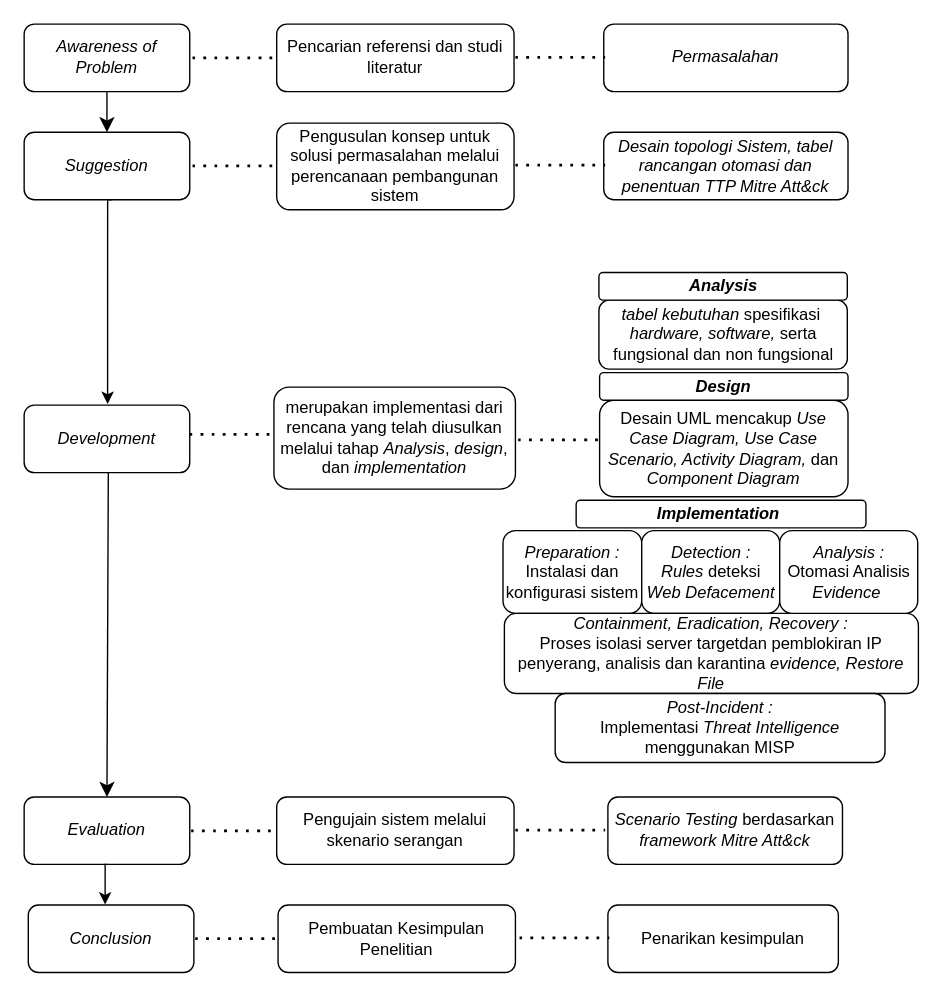
DzidanIsh/Tugas-Akhir keeps this draw.io diagram as page "Halaman-2" (2 of 4) of Diagram Tanpa Judul.drawio. Above is the earlier version. Source tidied: cells renumbered, new cells numbered last; positions are measured from the earlier drawing's top-left corner, leaving out a move shared by most shapes. Both pictures are drawn from the tidied source at 138%, with x=0, y=0 at pixel (23, 23).
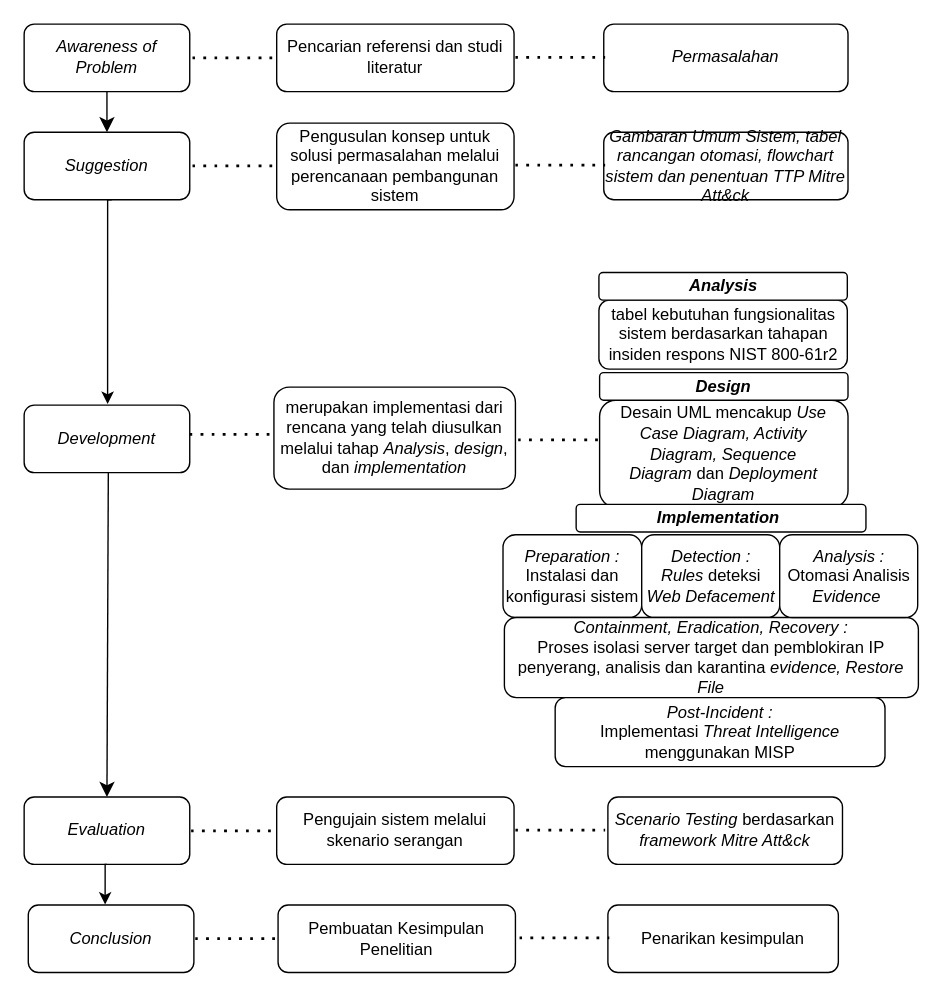
After the change.

What changed in the source:
```diff
@@
-    <mxCell id="21" value="&lt;i&gt;Desain topologi Sistem, tabel rancangan otomasi dan penentuan TTP Mitre Att&amp;amp;ck&lt;/i&gt;" style="rounded=1;whiteSpace=wrap;html=1;" parent="1" vertex="1">
+    <mxCell id="21" value="&lt;i&gt;Gambaran Umum Sistem, tabel rancangan otomasi, flowchart sistem dan penentuan TTP Mitre Att&amp;amp;ck&lt;/i&gt;" style="rounded=1;whiteSpace=wrap;html=1;" parent="1" vertex="1">
       <mxGeometry x="420" y="78.3" width="177" height="48.9" as="geometry" />
     </mxCell>
-    <mxCell id="22" value="&lt;div&gt;&lt;i style=&quot;background-color: transparent; color: light-dark(rgb(0, 0, 0), rgb(255, 255, 255));&quot;&gt;tabel kebutuhan &lt;/i&gt;&lt;span style=&quot;background-color: transparent; color: light-dark(rgb(0, 0, 0), rgb(255, 255, 255));&quot;&gt;spesifikasi&amp;nbsp;&lt;/span&gt;&lt;/div&gt;&lt;div&gt;&lt;font style=&quot;font-size: 12px;&quot;&gt;&lt;i style=&quot;background-color: transparent; color: light-dark(rgb(0, 0, 0), rgb(255, 255, 255));&quot;&gt;hardware,&lt;/i&gt;&lt;span style=&quot;background-color: transparent; color: light-dark(rgb(0, 0, 0), rgb(255, 255, 255));&quot;&gt;&amp;nbsp;&lt;/span&gt;&lt;i style=&quot;background-color: transparent; color: light-dark(rgb(0, 0, 0), rgb(255, 255, 255));&quot;&gt;software, &lt;/i&gt;&lt;span style=&quot;background-color: transparent; color: light-dark(rgb(0, 0, 0), rgb(255, 255, 255));&quot;&gt;serta&lt;/span&gt;&lt;i style=&quot;background-color: transparent; color: light-dark(rgb(0, 0, 0), rgb(255, 255, 255));&quot;&gt; &lt;/i&gt;&lt;span style=&quot;background-color: transparent; color: light-dark(rgb(0, 0, 0), rgb(255, 255, 255));&quot;&gt;fungsional dan non fungsional&lt;/span&gt;&lt;/font&gt;&lt;i style=&quot;background-color: transparent; color: light-dark(rgb(0, 0, 0), rgb(255, 255, 255));&quot;&gt;&lt;br&gt;&lt;/i&gt;&lt;/div&gt;" style="rounded=1;whiteSpace=wrap;html=1;" parent="1" vertex="1">
+    <mxCell id="22" value="&lt;div&gt;&lt;span style=&quot;background-color: transparent; color: light-dark(rgb(0, 0, 0), rgb(255, 255, 255));&quot;&gt;tabel kebutuhan fungsionalitas sistem berdasarkan tahapan insiden respons NIST 800-61r2&lt;/span&gt;&lt;/div&gt;" style="rounded=1;whiteSpace=wrap;html=1;" parent="1" vertex="1">
       <mxGeometry x="416.5" y="200" width="180" height="50" as="geometry" />
     </mxCell>
@@
-    <mxCell id="30" value="&lt;div&gt;&lt;font style=&quot;font-size: 12px;&quot;&gt;&lt;span style=&quot;line-height: 115%;&quot;&gt;Desain UML mencakup &lt;i style=&quot;&quot;&gt;Use Case Diagram, Use Case Scenario, Activity Diagram,&lt;/i&gt; dan &lt;i style=&quot;&quot;&gt;Component Diagram&lt;/i&gt;&lt;/span&gt;&lt;/font&gt;&lt;i style=&quot;background-color: transparent; color: light-dark(rgb(0, 0, 0), rgb(255, 255, 255));&quot;&gt;&lt;b&gt;&lt;br&gt;&lt;/b&gt;&lt;/i&gt;&lt;/div&gt;" style="rounded=1;whiteSpace=wrap;html=1;" parent="1" vertex="1">
-      <mxGeometry x="417" y="272.5" width="180" height="70" as="geometry" />
+    <mxCell id="30" value="&lt;div&gt;&lt;font style=&quot;font-size: 12px;&quot;&gt;&lt;span style=&quot;line-height: 115%;&quot;&gt;Desain UML mencakup &lt;i style=&quot;&quot;&gt;Use Case Diagram, Activity Diagram&lt;/i&gt;&lt;/span&gt;&lt;/font&gt;&lt;i style=&quot;background-color: transparent; color: light-dark(rgb(0, 0, 0), rgb(255, 255, 255));&quot;&gt;,&amp;nbsp;&lt;/i&gt;&lt;i style=&quot;background-color: transparent; color: light-dark(rgb(0, 0, 0), rgb(255, 255, 255));&quot;&gt;Sequence Diagram&amp;nbsp;&lt;/i&gt;&lt;span style=&quot;background-color: transparent; color: light-dark(rgb(0, 0, 0), rgb(255, 255, 255));&quot;&gt;dan &lt;/span&gt;&lt;i style=&quot;background-color: transparent; color: light-dark(rgb(0, 0, 0), rgb(255, 255, 255));&quot;&gt;Deployment Diagram&lt;/i&gt;&lt;/div&gt;" style="rounded=1;whiteSpace=wrap;html=1;" parent="1" vertex="1">
+      <mxGeometry x="417" y="272.5" width="180" height="77.5" as="geometry" />
     </mxCell>
@@
     <mxCell id="32" style="group;" parent="1" vertex="1">
-      <mxGeometry x="367" y="345" width="280.5" height="190" as="geometry" />
+      <mxGeometry x="367" y="348" width="280.5" height="190" as="geometry" />
     </mxCell>
@@
-    <mxCell id="36" value="&lt;div&gt;&lt;span style=&quot;background-color: transparent;&quot;&gt;&lt;i style=&quot;&quot;&gt;Containment, Eradication, Recovery&lt;/i&gt;&lt;/span&gt;&lt;span style=&quot;background-color: transparent;&quot;&gt;&lt;i&gt;&amp;nbsp;&lt;/i&gt;&lt;/span&gt;&lt;i style=&quot;background-color: transparent; color: light-dark(rgb(0, 0, 0), rgb(255, 255, 255));&quot;&gt;:&lt;/i&gt;&lt;/div&gt;&lt;div&gt;Proses isolasi server targetdan pemblokiran IP penyerang, analisis dan karantina &lt;i&gt;evidence, Restore File&lt;/i&gt;&lt;/div&gt;" style="rounded=1;whiteSpace=wrap;html=1;" parent="32" vertex="1">
+    <mxCell id="36" value="&lt;div&gt;&lt;span style=&quot;background-color: transparent;&quot;&gt;&lt;i style=&quot;&quot;&gt;Containment, Eradication, Recovery&lt;/i&gt;&lt;/span&gt;&lt;span style=&quot;background-color: transparent;&quot;&gt;&lt;i&gt;&amp;nbsp;&lt;/i&gt;&lt;/span&gt;&lt;i style=&quot;background-color: transparent; color: light-dark(rgb(0, 0, 0), rgb(255, 255, 255));&quot;&gt;:&lt;/i&gt;&lt;/div&gt;&lt;div&gt;Proses isolasi server target dan pemblokiran IP penyerang, analisis dan karantina &lt;i&gt;evidence, Restore File&lt;/i&gt;&lt;/div&gt;" style="rounded=1;whiteSpace=wrap;html=1;" parent="32" vertex="1">
       <mxGeometry x="-19" y="82" width="300" height="58" as="geometry" />
     </mxCell>
```
